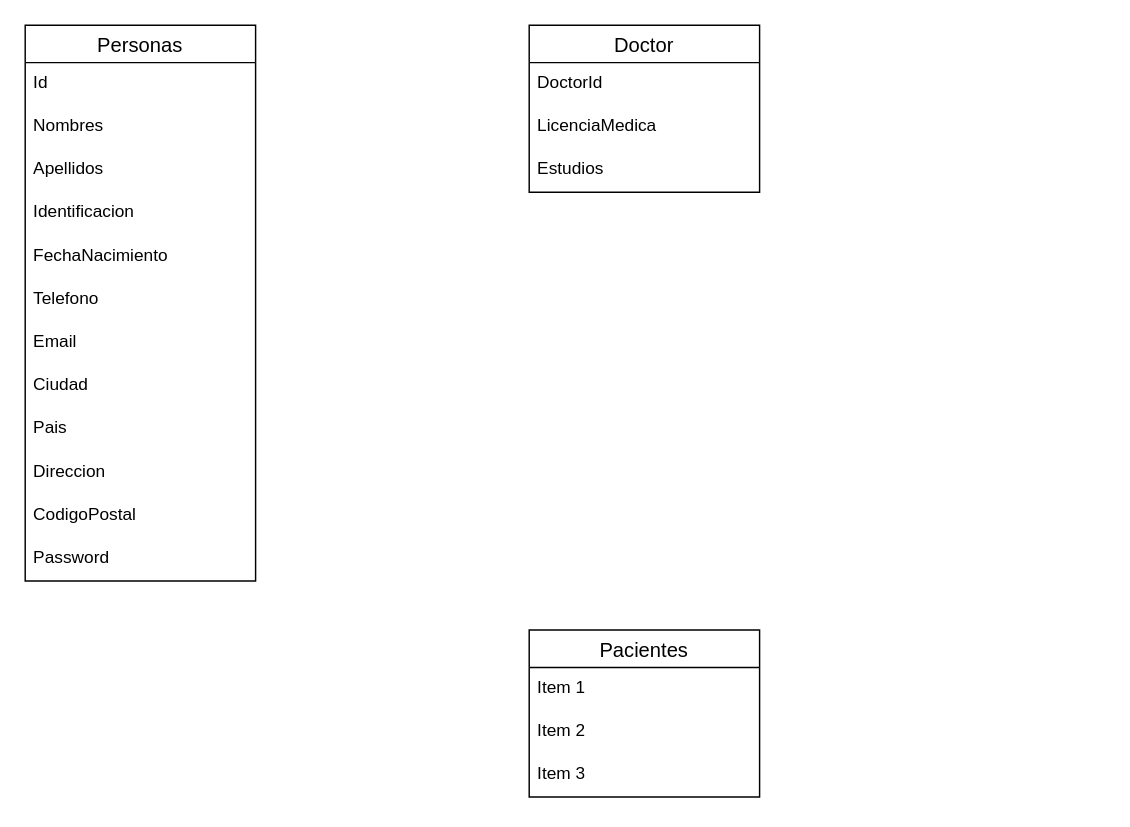
DiegoBenjumeaDeveloper/Agendamiento keeps this draw.io diagram as Diagrama SysClinic.drawio. Above is the earlier version. Source tidied: cells renumbered, new cells numbered last; positions are measured from the earlier drawing's top-left corner, leaving out a move shared by most shapes. Both pictures are drawn from the tidied source at 144%, with x=0, y=0 at pixel (24, 24).
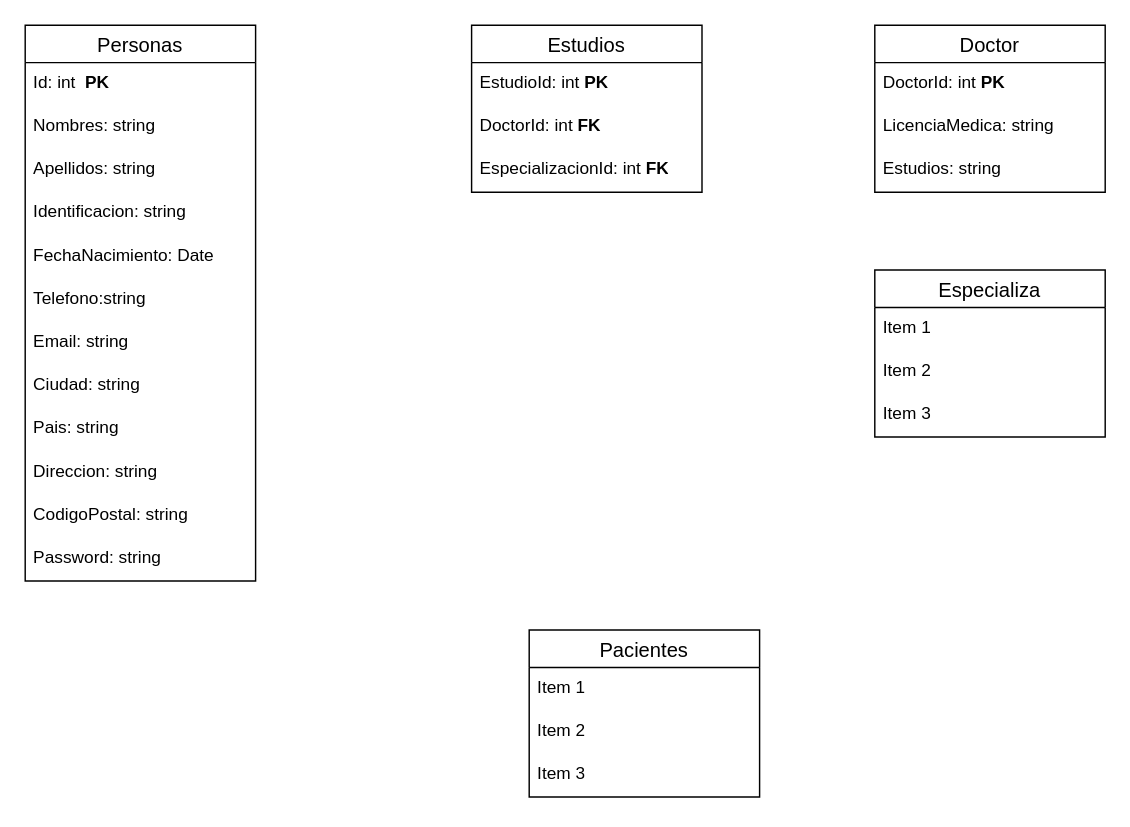
Above is the later version.

The change refers to these unchanged cells:
```xml
<mxCell id="2" value="Personas" style="swimlane;fontStyle=0;horizontal=1;startSize=26;align=center;fontSize=14;" parent="1" vertex="1">
  <mxGeometry width="160" height="386" as="geometry" />
</mxCell>
```

Change to the diagram source:
```diff
@@
-    <mxCell id="3" value="Id" style="text;strokeColor=none;fillColor=none;spacingLeft=4;spacingRight=4;overflow=hidden;fontSize=12;whiteSpace=wrap;html=1;" parent="2" vertex="1">
+    <mxCell id="3" value="Id: int&amp;nbsp;&lt;span style=&quot;white-space: pre;&quot;&gt; &lt;/span&gt;&lt;b&gt;PK&lt;/b&gt;" style="text;strokeColor=none;fillColor=none;spacingLeft=4;spacingRight=4;overflow=hidden;fontSize=12;whiteSpace=wrap;html=1;" parent="2" vertex="1">
       <mxGeometry y="26" width="160" height="30" as="geometry" />
     </mxCell>
-    <mxCell id="4" value="Nombres" style="text;strokeColor=none;fillColor=none;spacingLeft=4;spacingRight=4;overflow=hidden;fontSize=12;whiteSpace=wrap;html=1;" parent="2" vertex="1">
+    <mxCell id="4" value="Nombres: string" style="text;strokeColor=none;fillColor=none;spacingLeft=4;spacingRight=4;overflow=hidden;fontSize=12;whiteSpace=wrap;html=1;" parent="2" vertex="1">
       <mxGeometry y="56" width="160" height="30" as="geometry" />
     </mxCell>
-    <mxCell id="5" value="Apellidos" style="text;strokeColor=none;fillColor=none;spacingLeft=4;spacingRight=4;overflow=hidden;fontSize=12;whiteSpace=wrap;html=1;" parent="2" vertex="1">
+    <mxCell id="5" value="Apellidos: string" style="text;strokeColor=none;fillColor=none;spacingLeft=4;spacingRight=4;overflow=hidden;fontSize=12;whiteSpace=wrap;html=1;" parent="2" vertex="1">
       <mxGeometry y="86" width="160" height="30" as="geometry" />
     </mxCell>
-    <mxCell id="6" value="Identificacion" style="text;strokeColor=none;fillColor=none;spacingLeft=4;spacingRight=4;overflow=hidden;fontSize=12;whiteSpace=wrap;html=1;" parent="2" vertex="1">
+    <mxCell id="6" value="Identificacion: string" style="text;strokeColor=none;fillColor=none;spacingLeft=4;spacingRight=4;overflow=hidden;fontSize=12;whiteSpace=wrap;html=1;" parent="2" vertex="1">
       <mxGeometry y="116" width="160" height="30" as="geometry" />
     </mxCell>
-    <mxCell id="7" value="FechaNacimiento" style="text;strokeColor=none;fillColor=none;spacingLeft=4;spacingRight=4;overflow=hidden;fontSize=12;whiteSpace=wrap;html=1;" parent="2" vertex="1">
+    <mxCell id="7" value="FechaNacimiento: Date" style="text;strokeColor=none;fillColor=none;spacingLeft=4;spacingRight=4;overflow=hidden;fontSize=12;whiteSpace=wrap;html=1;" parent="2" vertex="1">
       <mxGeometry y="146" width="160" height="30" as="geometry" />
     </mxCell>
-    <mxCell id="8" value="Telefono" style="text;strokeColor=none;fillColor=none;spacingLeft=4;spacingRight=4;overflow=hidden;fontSize=12;whiteSpace=wrap;html=1;" parent="2" vertex="1">
+    <mxCell id="8" value="Telefono:string" style="text;strokeColor=none;fillColor=none;spacingLeft=4;spacingRight=4;overflow=hidden;fontSize=12;whiteSpace=wrap;html=1;" parent="2" vertex="1">
       <mxGeometry y="176" width="160" height="30" as="geometry" />
     </mxCell>
-    <mxCell id="9" value="Email" style="text;strokeColor=none;fillColor=none;spacingLeft=4;spacingRight=4;overflow=hidden;fontSize=12;whiteSpace=wrap;html=1;" parent="2" vertex="1">
+    <mxCell id="9" value="Email: string" style="text;strokeColor=none;fillColor=none;spacingLeft=4;spacingRight=4;overflow=hidden;fontSize=12;whiteSpace=wrap;html=1;" parent="2" vertex="1">
       <mxGeometry y="206" width="160" height="30" as="geometry" />
     </mxCell>
-    <mxCell id="10" value="Ciudad" style="text;strokeColor=none;fillColor=none;spacingLeft=4;spacingRight=4;overflow=hidden;fontSize=12;whiteSpace=wrap;html=1;" parent="2" vertex="1">
+    <mxCell id="10" value="Ciudad: string" style="text;strokeColor=none;fillColor=none;spacingLeft=4;spacingRight=4;overflow=hidden;fontSize=12;whiteSpace=wrap;html=1;" parent="2" vertex="1">
       <mxGeometry y="236" width="160" height="30" as="geometry" />
     </mxCell>
-    <mxCell id="11" value="Pais" style="text;strokeColor=none;fillColor=none;spacingLeft=4;spacingRight=4;overflow=hidden;fontSize=12;whiteSpace=wrap;html=1;" parent="2" vertex="1">
+    <mxCell id="11" value="Pais: string" style="text;strokeColor=none;fillColor=none;spacingLeft=4;spacingRight=4;overflow=hidden;fontSize=12;whiteSpace=wrap;html=1;" parent="2" vertex="1">
       <mxGeometry y="266" width="160" height="30" as="geometry" />
     </mxCell>
-    <mxCell id="12" value="Direccion" style="text;strokeColor=none;fillColor=none;spacingLeft=4;spacingRight=4;overflow=hidden;fontSize=12;whiteSpace=wrap;html=1;" parent="2" vertex="1">
+    <mxCell id="12" value="Direccion: string" style="text;strokeColor=none;fillColor=none;spacingLeft=4;spacingRight=4;overflow=hidden;fontSize=12;whiteSpace=wrap;html=1;" parent="2" vertex="1">
       <mxGeometry y="296" width="160" height="30" as="geometry" />
     </mxCell>
-    <mxCell id="13" value="CodigoPostal" style="text;strokeColor=none;fillColor=none;spacingLeft=4;spacingRight=4;overflow=hidden;fontSize=12;whiteSpace=wrap;html=1;" parent="2" vertex="1">
+    <mxCell id="13" value="CodigoPostal: string" style="text;strokeColor=none;fillColor=none;spacingLeft=4;spacingRight=4;overflow=hidden;fontSize=12;whiteSpace=wrap;html=1;" parent="2" vertex="1">
       <mxGeometry y="326" width="160" height="30" as="geometry" />
     </mxCell>
-    <mxCell id="14" value="Password" style="text;strokeColor=none;fillColor=none;spacingLeft=4;spacingRight=4;overflow=hidden;fontSize=12;whiteSpace=wrap;html=1;" parent="2" vertex="1">
+    <mxCell id="14" value="Password: string" style="text;strokeColor=none;fillColor=none;spacingLeft=4;spacingRight=4;overflow=hidden;fontSize=12;whiteSpace=wrap;html=1;" parent="2" vertex="1">
       <mxGeometry y="356" width="160" height="30" as="geometry" />
     </mxCell>
@@
     <mxCell id="19" value="Doctor" style="swimlane;fontStyle=0;horizontal=1;startSize=26;align=center;fontSize=14;" parent="1" vertex="1">
-      <mxGeometry x="350" width="160" height="116" as="geometry" />
+      <mxGeometry x="590" width="160" height="116" as="geometry" />
     </mxCell>
-    <mxCell id="20" value="DoctorId" style="text;strokeColor=none;fillColor=none;spacingLeft=4;spacingRight=4;overflow=hidden;fontSize=12;whiteSpace=wrap;html=1;" parent="19" vertex="1">
+    <mxCell id="20" value="DoctorId: int &lt;b&gt;PK&lt;/b&gt;" style="text;strokeColor=none;fillColor=none;spacingLeft=4;spacingRight=4;overflow=hidden;fontSize=12;whiteSpace=wrap;html=1;" parent="19" vertex="1">
       <mxGeometry y="26" width="160" height="30" as="geometry" />
     </mxCell>
-    <mxCell id="21" value="LicenciaMedica" style="text;strokeColor=none;fillColor=none;spacingLeft=4;spacingRight=4;overflow=hidden;fontSize=12;whiteSpace=wrap;html=1;" parent="19" vertex="1">
+    <mxCell id="21" value="LicenciaMedica: string" style="text;strokeColor=none;fillColor=none;spacingLeft=4;spacingRight=4;overflow=hidden;fontSize=12;whiteSpace=wrap;html=1;" parent="19" vertex="1">
       <mxGeometry y="56" width="160" height="30" as="geometry" />
     </mxCell>
-    <mxCell id="22" value="Estudios" style="text;strokeColor=none;fillColor=none;spacingLeft=4;spacingRight=4;overflow=hidden;fontSize=12;whiteSpace=wrap;html=1;" parent="19" vertex="1">
+    <mxCell id="22" value="Estudios: string" style="text;strokeColor=none;fillColor=none;spacingLeft=4;spacingRight=4;overflow=hidden;fontSize=12;whiteSpace=wrap;html=1;" parent="19" vertex="1">
       <mxGeometry y="86" width="160" height="30" as="geometry" />
     </mxCell>
+    <mxCell id="23" value="Estudios" style="swimlane;fontStyle=0;horizontal=1;startSize=26;align=center;fontSize=14;" parent="1" vertex="1">
+      <mxGeometry x="310" width="160" height="116" as="geometry" />
+    </mxCell>
+    <mxCell id="24" value="EstudioId: int &lt;b&gt;PK&lt;/b&gt;" style="text;strokeColor=none;fillColor=none;spacingLeft=4;spacingRight=4;overflow=hidden;fontSize=12;whiteSpace=wrap;html=1;" parent="23" vertex="1">
+      <mxGeometry y="26" width="160" height="30" as="geometry" />
+    </mxCell>
+    <mxCell id="25" value="DoctorId: int &lt;b&gt;FK&lt;/b&gt;" style="text;strokeColor=none;fillColor=none;spacingLeft=4;spacingRight=4;overflow=hidden;fontSize=12;whiteSpace=wrap;html=1;" parent="23" vertex="1">
+      <mxGeometry y="56" width="160" height="30" as="geometry" />
+    </mxCell>
+    <mxCell id="26" value="EspecializacionId: int &lt;b&gt;FK&lt;/b&gt;" style="text;strokeColor=none;fillColor=none;spacingLeft=4;spacingRight=4;overflow=hidden;fontSize=12;whiteSpace=wrap;html=1;" parent="23" vertex="1">
+      <mxGeometry y="86" width="160" height="30" as="geometry" />
+    </mxCell>
+    <mxCell id="27" value="Especializa" style="swimlane;fontStyle=0;horizontal=1;startSize=26;align=center;fontSize=14;" parent="1" vertex="1">
+      <mxGeometry x="590" y="170" width="160" height="116" as="geometry" />
+    </mxCell>
+    <mxCell id="28" value="Item 1" style="text;strokeColor=none;fillColor=none;spacingLeft=4;spacingRight=4;overflow=hidden;fontSize=12;whiteSpace=wrap;html=1;" parent="27" vertex="1">
+      <mxGeometry y="26" width="160" height="30" as="geometry" />
+    </mxCell>
+    <mxCell id="29" value="Item 2" style="text;strokeColor=none;fillColor=none;spacingLeft=4;spacingRight=4;overflow=hidden;fontSize=12;whiteSpace=wrap;html=1;" parent="27" vertex="1">
+      <mxGeometry y="56" width="160" height="30" as="geometry" />
+    </mxCell>
+    <mxCell id="30" value="Item 3" style="text;strokeColor=none;fillColor=none;spacingLeft=4;spacingRight=4;overflow=hidden;fontSize=12;whiteSpace=wrap;html=1;" parent="27" vertex="1">
+      <mxGeometry y="86" width="160" height="30" as="geometry" />
+    </mxCell>
```
